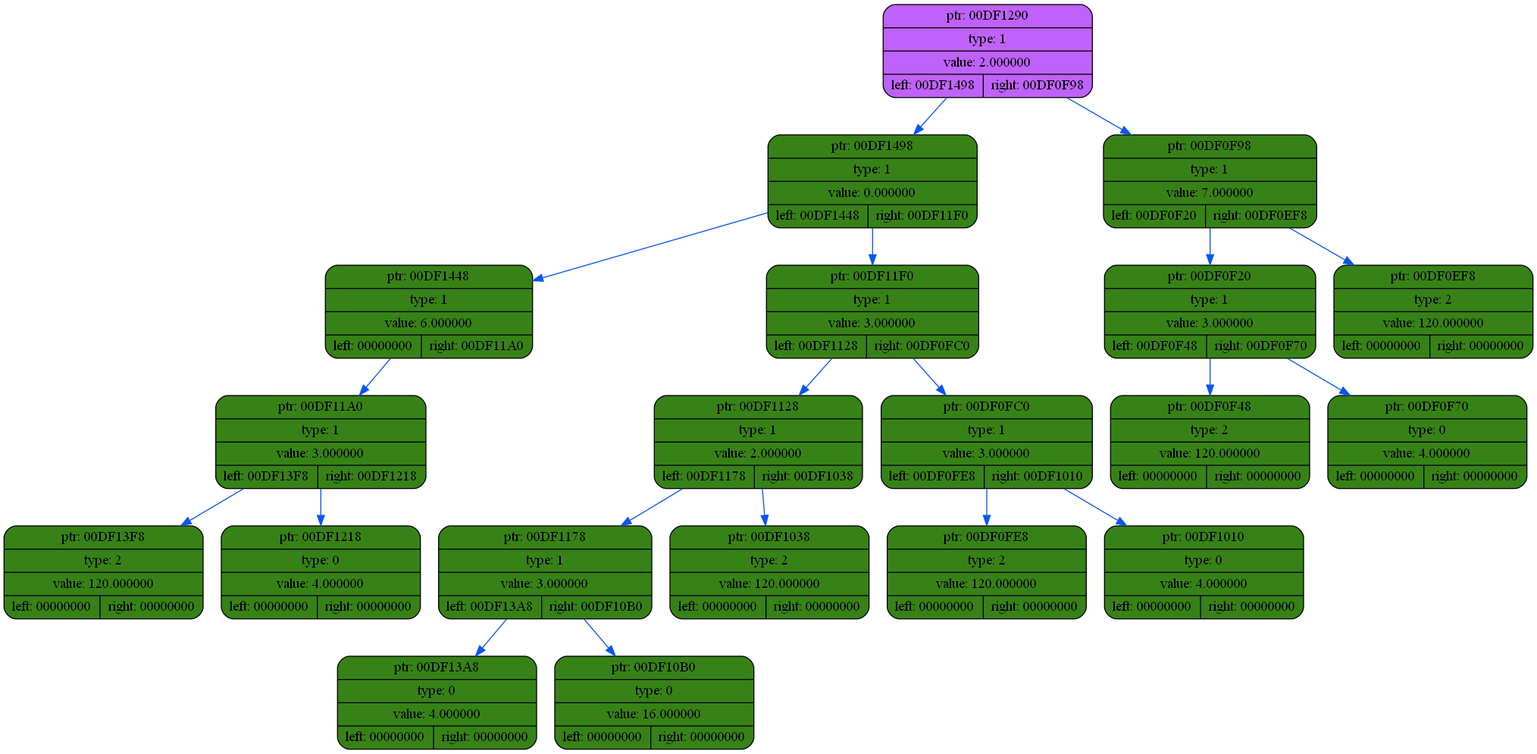
Before: dump/dump3.png, a diagram exported from Graphviz (coffee8cat/differentiator). Its source is kept beside it as dump/dump3.dot.
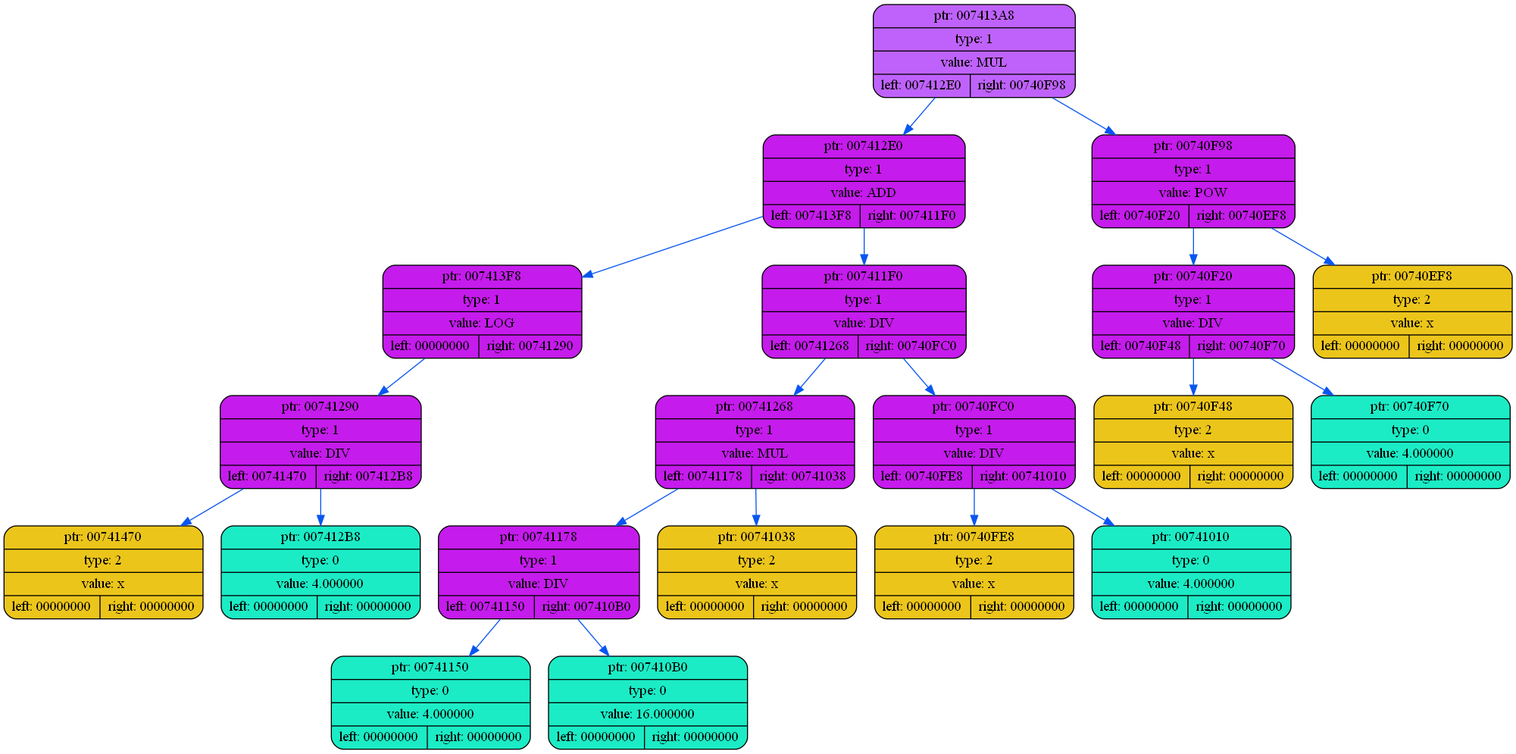
The same diagram one commit later.

What changed in the source:
```diff
@@ -2,43 +2,43 @@
 {
     rankdir=TP
 
-        node00DF1290[shape=record,style="rounded,filled",fillcolor="#BF62FC",label="{ ptr: 00DF1290 | type: 1 | value: 2.000000| { left: 00DF1498 | right: 00DF0F98 }}"];
-    node00DF1290 -> node00DF1498[color="#0855F0"]
-    node00DF1498[shape=record,style="rounded,filled",fillcolor="#378217",label="{ ptr: 00DF1498 | type: 1 | value: 0.000000| { left: 00DF1448 | right: 00DF11F0 }}"];
-    node00DF1498 -> node00DF1448[color="#0855F0"]
-    node00DF1448[shape=record,style="rounded,filled",fillcolor="#378217",label="{ ptr: 00DF1448 | type: 1 | value: 6.000000| { left: 00000000 | right: 00DF11A0 }}"];
-    node00DF1448 -> node00DF11A0[color="#0855F0"]
-    node00DF11A0[shape=record,style="rounded,filled",fillcolor="#378217",label="{ ptr: 00DF11A0 | type: 1 | value: 3.000000| { left: 00DF13F8 | right: 00DF1218 }}"];
-    node00DF11A0 -> node00DF13F8[color="#0855F0"]
-    node00DF13F8[shape=record,style="rounded,filled",fillcolor="#378217",label="{ ptr: 00DF13F8 | type: 2 | value: 120.000000| { left: 00000000 | right: 00000000 }}"];
-    node00DF11A0 -> node00DF1218[color="#0855F0"]
-    node00DF1218[shape=record,style="rounded,filled",fillcolor="#378217",label="{ ptr: 00DF1218 | type: 0 | value: 4.000000| { left: 00000000 | right: 00000000 }}"];
-    node00DF1498 -> node00DF11F0[color="#0855F0"]
-    node00DF11F0[shape=record,style="rounded,filled",fillcolor="#378217",label="{ ptr: 00DF11F0 | type: 1 | value: 3.000000| { left: 00DF1128 | right: 00DF0FC0 }}"];
-    node00DF11F0 -> node00DF1128[color="#0855F0"]
-    node00DF1128[shape=record,style="rounded,filled",fillcolor="#378217",label="{ ptr: 00DF1128 | type: 1 | value: 2.000000| { left: 00DF1178 | right: 00DF1038 }}"];
-    node00DF1128 -> node00DF1178[color="#0855F0"]
-    node00DF1178[shape=record,style="rounded,filled",fillcolor="#378217",label="{ ptr: 00DF1178 | type: 1 | value: 3.000000| { left: 00DF13A8 | right: 00DF10B0 }}"];
-    node00DF1178 -> node00DF13A8[color="#0855F0"]
-    node00DF13A8[shape=record,style="rounded,filled",fillcolor="#378217",label="{ ptr: 00DF13A8 | type: 0 | value: 4.000000| { left: 00000000 | right: 00000000 }}"];
-    node00DF1178 -> node00DF10B0[color="#0855F0"]
-    node00DF10B0[shape=record,style="rounded,filled",fillcolor="#378217",label="{ ptr: 00DF10B0 | type: 0 | value: 16.000000| { left: 00000000 | right: 00000000 }}"];
-    node00DF1128 -> node00DF1038[color="#0855F0"]
-    node00DF1038[shape=record,style="rounded,filled",fillcolor="#378217",label="{ ptr: 00DF1038 | type: 2 | value: 120.000000| { left: 00000000 | right: 00000000 }}"];
-    node00DF11F0 -> node00DF0FC0[color="#0855F0"]
-    node00DF0FC0[shape=record,style="rounded,filled",fillcolor="#378217",label="{ ptr: 00DF0FC0 | type: 1 | value: 3.000000| { left: 00DF0FE8 | right: 00DF1010 }}"];
-    node00DF0FC0 -> node00DF0FE8[color="#0855F0"]
-    node00DF0FE8[shape=record,style="rounded,filled",fillcolor="#378217",label="{ ptr: 00DF0FE8 | type: 2 | value: 120.000000| { left: 00000000 | right: 00000000 }}"];
-    node00DF0FC0 -> node00DF1010[color="#0855F0"]
-    node00DF1010[shape=record,style="rounded,filled",fillcolor="#378217",label="{ ptr: 00DF1010 | type: 0 | value: 4.000000| { left: 00000000 | right: 00000000 }}"];
-    node00DF1290 -> node00DF0F98[color="#0855F0"]
-    node00DF0F98[shape=record,style="rounded,filled",fillcolor="#378217",label="{ ptr: 00DF0F98 | type: 1 | value: 7.000000| { left: 00DF0F20 | right: 00DF0EF8 }}"];
-    node00DF0F98 -> node00DF0F20[color="#0855F0"]
-    node00DF0F20[shape=record,style="rounded,filled",fillcolor="#378217",label="{ ptr: 00DF0F20 | type: 1 | value: 3.000000| { left: 00DF0F48 | right: 00DF0F70 }}"];
-    node00DF0F20 -> node00DF0F48[color="#0855F0"]
-    node00DF0F48[shape=record,style="rounded,filled",fillcolor="#378217",label="{ ptr: 00DF0F48 | type: 2 | value: 120.000000| { left: 00000000 | right: 00000000 }}"];
-    node00DF0F20 -> node00DF0F70[color="#0855F0"]
-    node00DF0F70[shape=record,style="rounded,filled",fillcolor="#378217",label="{ ptr: 00DF0F70 | type: 0 | value: 4.000000| { left: 00000000 | right: 00000000 }}"];
-    node00DF0F98 -> node00DF0EF8[color="#0855F0"]
-    node00DF0EF8[shape=record,style="rounded,filled",fillcolor="#378217",label="{ ptr: 00DF0EF8 | type: 2 | value: 120.000000| { left: 00000000 | right: 00000000 }}"];
+        node007413A8[shape=record,style="rounded,filled",fillcolor="#BF62FC",label="{ ptr: 007413A8 | type: 1 | value: MUL| { left: 007412E0 | right: 00740F98 }}"];
+    node007413A8 -> node007412E0[color="#0855F0"]
+    node007412E0[shape=record,style="rounded,filled",fillcolor="#C51BEC",label="{ ptr: 007412E0 | type: 1 | value: ADD| { left: 007413F8 | right: 007411F0 }}"];
+    node007412E0 -> node007413F8[color="#0855F0"]
+    node007413F8[shape=record,style="rounded,filled",fillcolor="#C51BEC",label="{ ptr: 007413F8 | type: 1 | value: LOG| { left: 00000000 | right: 00741290 }}"];
+    node007413F8 -> node00741290[color="#0855F0"]
+    node00741290[shape=record,style="rounded,filled",fillcolor="#C51BEC",label="{ ptr: 00741290 | type: 1 | value: DIV| { left: 00741470 | right: 007412B8 }}"];
+    node00741290 -> node00741470[color="#0855F0"]
+    node00741470[shape=record,style="rounded,filled",fillcolor="#ECC51B",label="{ ptr: 00741470 | type: 2 | value: x| { left: 00000000 | right: 00000000 }}"];
+    node00741290 -> node007412B8[color="#0855F0"]
+    node007412B8[shape=record,style="rounded,filled",fillcolor="#1BECC5",label="{ ptr: 007412B8 | type: 0 | value: 4.000000| { left: 00000000 | right: 00000000 }}"];
+    node007412E0 -> node007411F0[color="#0855F0"]
+    node007411F0[shape=record,style="rounded,filled",fillcolor="#C51BEC",label="{ ptr: 007411F0 | type: 1 | value: DIV| { left: 00741268 | right: 00740FC0 }}"];
+    node007411F0 -> node00741268[color="#0855F0"]
+    node00741268[shape=record,style="rounded,filled",fillcolor="#C51BEC",label="{ ptr: 00741268 | type: 1 | value: MUL| { left: 00741178 | right: 00741038 }}"];
+    node00741268 -> node00741178[color="#0855F0"]
+    node00741178[shape=record,style="rounded,filled",fillcolor="#C51BEC",label="{ ptr: 00741178 | type: 1 | value: DIV| { left: 00741150 | right: 007410B0 }}"];
+    node00741178 -> node00741150[color="#0855F0"]
+    node00741150[shape=record,style="rounded,filled",fillcolor="#1BECC5",label="{ ptr: 00741150 | type: 0 | value: 4.000000| { left: 00000000 | right: 00000000 }}"];
+    node00741178 -> node007410B0[color="#0855F0"]
+    node007410B0[shape=record,style="rounded,filled",fillcolor="#1BECC5",label="{ ptr: 007410B0 | type: 0 | value: 16.000000| { left: 00000000 | right: 00000000 }}"];
+    node00741268 -> node00741038[color="#0855F0"]
+    node00741038[shape=record,style="rounded,filled",fillcolor="#ECC51B",label="{ ptr: 00741038 | type: 2 | value: x| { left: 00000000 | right: 00000000 }}"];
+    node007411F0 -> node00740FC0[color="#0855F0"]
+    node00740FC0[shape=record,style="rounded,filled",fillcolor="#C51BEC",label="{ ptr: 00740FC0 | type: 1 | value: DIV| { left: 00740FE8 | right: 00741010 }}"];
+    node00740FC0 -> node00740FE8[color="#0855F0"]
+    node00740FE8[shape=record,style="rounded,filled",fillcolor="#ECC51B",label="{ ptr: 00740FE8 | type: 2 | value: x| { left: 00000000 | right: 00000000 }}"];
+    node00740FC0 -> node00741010[color="#0855F0"]
+    node00741010[shape=record,style="rounded,filled",fillcolor="#1BECC5",label="{ ptr: 00741010 | type: 0 | value: 4.000000| { left: 00000000 | right: 00000000 }}"];
+    node007413A8 -> node00740F98[color="#0855F0"]
+    node00740F98[shape=record,style="rounded,filled",fillcolor="#C51BEC",label="{ ptr: 00740F98 | type: 1 | value: POW| { left: 00740F20 | right: 00740EF8 }}"];
+    node00740F98 -> node00740F20[color="#0855F0"]
+    node00740F20[shape=record,style="rounded,filled",fillcolor="#C51BEC",label="{ ptr: 00740F20 | type: 1 | value: DIV| { left: 00740F48 | right: 00740F70 }}"];
+    node00740F20 -> node00740F48[color="#0855F0"]
+    node00740F48[shape=record,style="rounded,filled",fillcolor="#ECC51B",label="{ ptr: 00740F48 | type: 2 | value: x| { left: 00000000 | right: 00000000 }}"];
+    node00740F20 -> node00740F70[color="#0855F0"]
+    node00740F70[shape=record,style="rounded,filled",fillcolor="#1BECC5",label="{ ptr: 00740F70 | type: 0 | value: 4.000000| { left: 00000000 | right: 00000000 }}"];
+    node00740F98 -> node00740EF8[color="#0855F0"]
+    node00740EF8[shape=record,style="rounded,filled",fillcolor="#ECC51B",label="{ ptr: 00740EF8 | type: 2 | value: x| { left: 00000000 | right: 00000000 }}"];
 }
```
